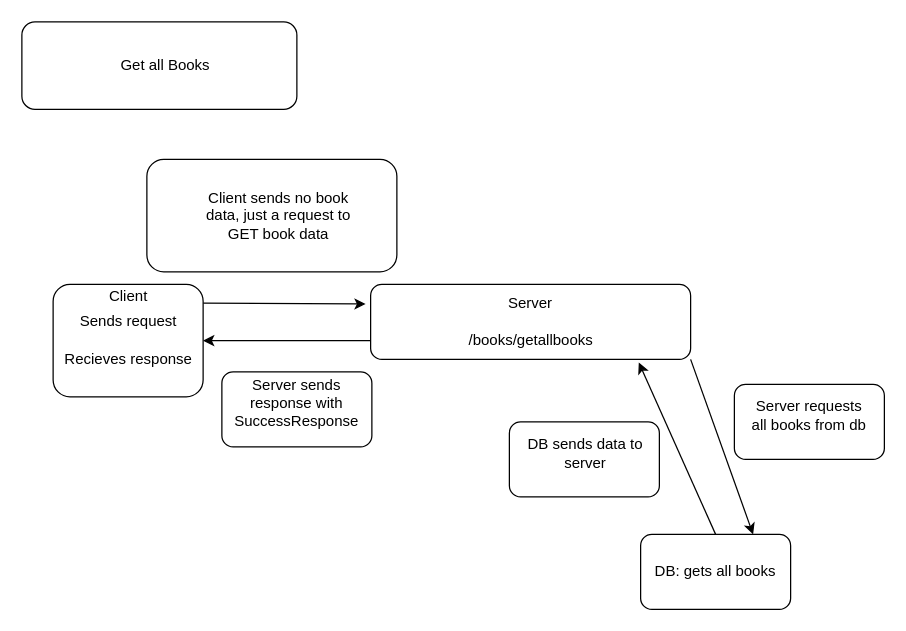
Above: page "read" (2 of 4) of crudbookdesign/diagrams.drawio in mz106/week-7-repo-beta (draw.io), before the change. Source tidied: cells renumbered, new cells numbered last; positions are measured from the earlier drawing's top-left corner, leaving out a move shared by most shapes. Both pictures are drawn from the tidied source at 125%, with x=0, y=0 at pixel (21, 21).
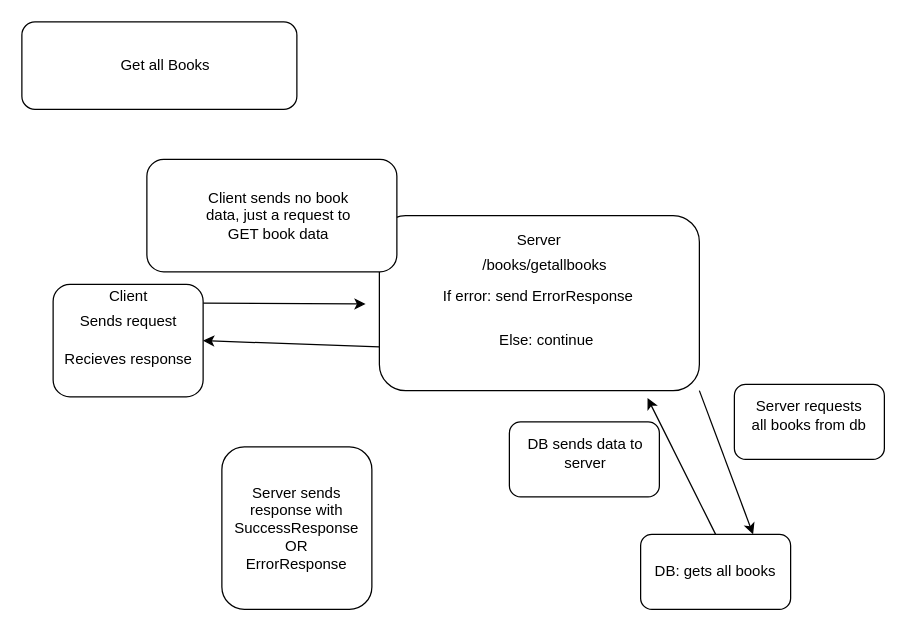
After the change.

What changed in the source:
```diff
@@
     <mxCell id="9" style="rounded=1;whiteSpace=wrap;html=1;" parent="1" vertex="1">
-      <mxGeometry x="279" y="210" width="256" height="60" as="geometry" />
+      <mxGeometry x="286" y="155" width="256" height="140" as="geometry" />
     </mxCell>
     <mxCell id="10" value="/books/getallbooks" style="text;html=1;strokeColor=none;fillColor=none;align=center;verticalAlign=middle;whiteSpace=wrap;rounded=0;" parent="1" vertex="1">
-      <mxGeometry x="338.5" y="240" width="137" height="30" as="geometry" />
+      <mxGeometry x="350" y="180" width="137" height="30" as="geometry" />
     </mxCell>
@@
     <mxCell id="15" value="Server" style="text;html=1;strokeColor=none;fillColor=none;align=center;verticalAlign=middle;whiteSpace=wrap;rounded=0;" parent="1" vertex="1">
-      <mxGeometry x="377" y="210" width="60" height="30" as="geometry" />
+      <mxGeometry x="384" y="160" width="60" height="30" as="geometry" />
     </mxCell>
@@
     <mxCell id="18" style="rounded=1;whiteSpace=wrap;html=1;" parent="1" vertex="1">
-      <mxGeometry x="160" y="280" width="120" height="60" as="geometry" />
+      <mxGeometry x="160" y="340" width="120" height="130" as="geometry" />
     </mxCell>
-    <mxCell id="19" value="Server sends response with SuccessResponse" style="text;html=1;strokeColor=none;fillColor=none;align=center;verticalAlign=middle;whiteSpace=wrap;rounded=0;" parent="1" vertex="1">
-      <mxGeometry x="175" y="290" width="90" height="30" as="geometry" />
+    <mxCell id="19" value="Server sends response with SuccessResponse&lt;br&gt;OR&lt;br&gt;ErrorResponse" style="text;html=1;strokeColor=none;fillColor=none;align=center;verticalAlign=middle;whiteSpace=wrap;rounded=0;" parent="1" vertex="1">
+      <mxGeometry x="175" y="350" width="90" height="110" as="geometry" />
     </mxCell>
@@
+    <mxCell id="25" value="If error: send ErrorResponse&amp;nbsp;" style="text;html=1;strokeColor=none;fillColor=none;align=center;verticalAlign=middle;whiteSpace=wrap;rounded=0;" parent="1" vertex="1">
+      <mxGeometry x="300" y="205" width="230" height="30" as="geometry" />
+    </mxCell>
+    <mxCell id="26" value="Else: continue" style="text;html=1;strokeColor=none;fillColor=none;align=center;verticalAlign=middle;whiteSpace=wrap;rounded=0;" parent="1" vertex="1">
+      <mxGeometry x="310" y="240" width="220" height="30" as="geometry" />
+    </mxCell>
```
